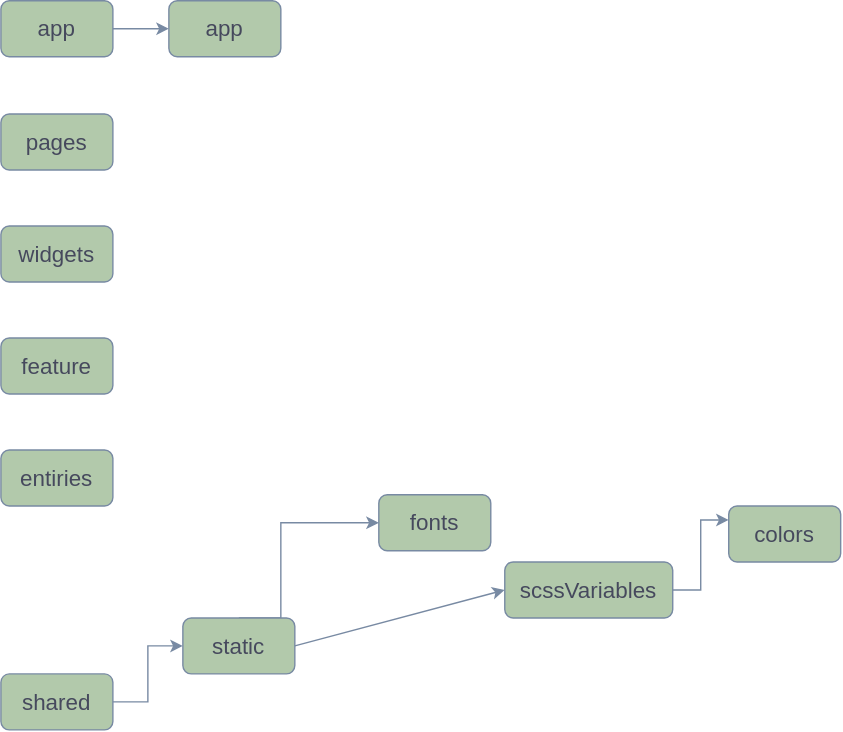
Before: ProjectStructure.drawio.svg, a diagram exported from draw.io (Shalind0r/React-Project). Source tidied: cells renumbered, new cells last; positions are measured from the earlier drawing's top-left corner, leaving out a move shared by most shapes.
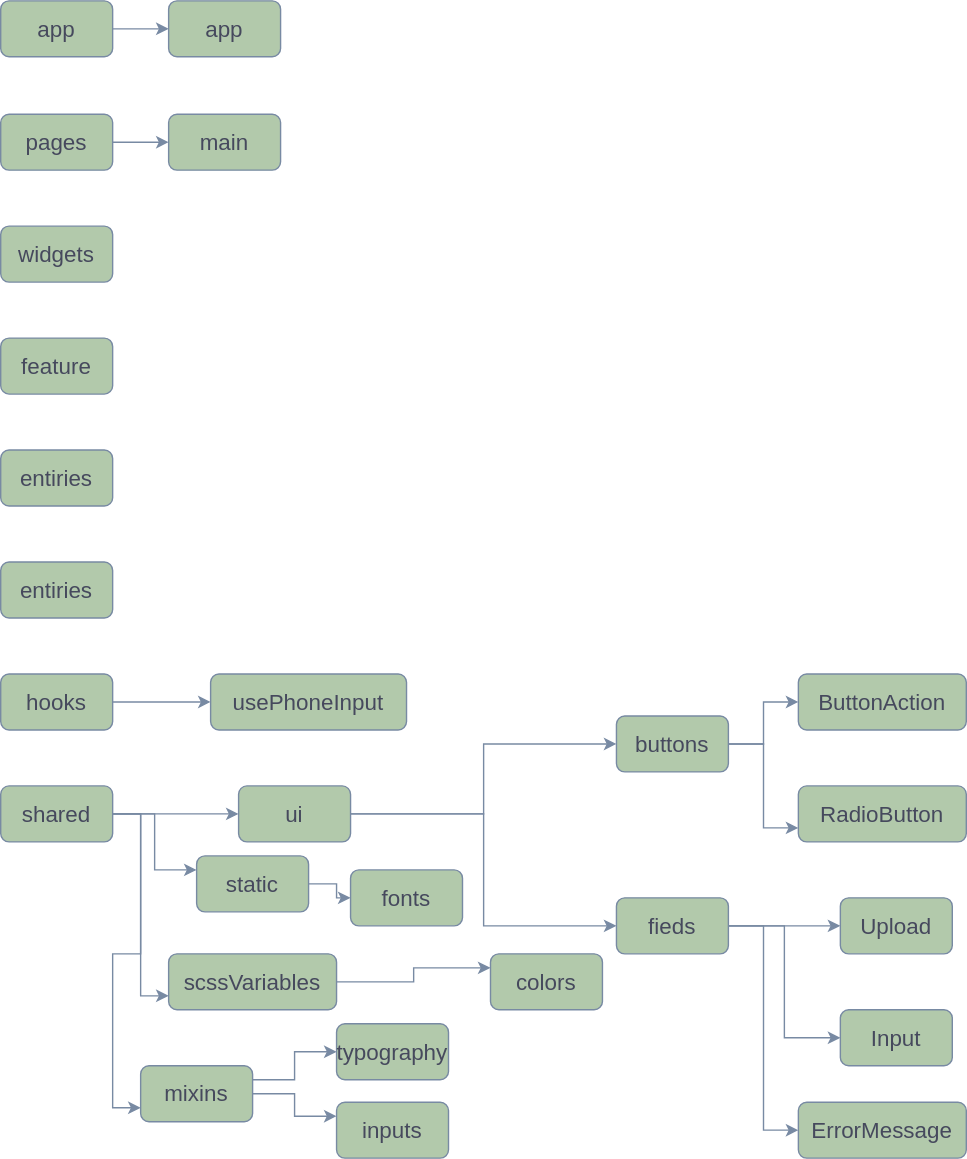
Above is the later version.

Diff of the diagram source:
```diff
@@ -8,6 +8,9 @@
     <mxCell id="3" value="&lt;font style=&quot;font-size: 16px;&quot;&gt;app&lt;/font&gt;" style="html=1;whiteSpace=wrap;rounded=1;fontFamily=Helvetica;fontSize=16;labelBackgroundColor=none;fillColor=#B2C9AB;strokeColor=#788AA3;fontColor=#46495D;" parent="1" vertex="1">
       <mxGeometry width="80" height="40" as="geometry" />
     </mxCell>
+    <mxCell id="18" style="edgeStyle=orthogonalEdgeStyle;rounded=0;jettySize=auto;html=1;entryX=0;entryY=0.5;entryDx=0;entryDy=0;strokeColor=#788AA3;fontColor=#46495D;fillColor=#B2C9AB;" parent="1" edge="1" source="4" target="26">
+      <mxGeometry relative="1" as="geometry" />
+    </mxCell>
     <mxCell id="4" value="&lt;font style=&quot;font-size: 16px;&quot;&gt;pages&lt;/font&gt;" style="html=1;whiteSpace=wrap;rounded=1;fontFamily=Helvetica;fontSize=16;labelBackgroundColor=none;fillColor=#B2C9AB;strokeColor=#788AA3;fontColor=#46495D;" parent="1" vertex="1">
       <mxGeometry y="81" width="80" height="40" as="geometry" />
     </mxCell>
@@ -20,25 +23,29 @@
     <mxCell id="7" value="&lt;span style=&quot;font-size: 16px;&quot;&gt;feature&lt;/span&gt;" style="html=1;whiteSpace=wrap;rounded=1;fontFamily=Helvetica;fontSize=16;labelBackgroundColor=none;fillColor=#B2C9AB;strokeColor=#788AA3;fontColor=#46495D;" parent="1" vertex="1">
       <mxGeometry y="241" width="80" height="40" as="geometry" />
     </mxCell>
+    <mxCell id="19" style="edgeStyle=orthogonalEdgeStyle;rounded=0;jettySize=auto;html=1;entryX=0;entryY=0.5;entryDx=0;entryDy=0;strokeColor=#788AA3;fontColor=#46495D;fillColor=#B2C9AB;" parent="1" edge="1" source="9" target="29">
+      <mxGeometry relative="1" as="geometry" />
+    </mxCell>
+    <mxCell id="20" style="edgeStyle=orthogonalEdgeStyle;rounded=0;jettySize=auto;html=1;entryX=0;entryY=0.75;entryDx=0;entryDy=0;strokeColor=#788AA3;fontColor=#46495D;fillColor=#B2C9AB;" parent="1" edge="1" source="9" target="15">
+      <mxGeometry relative="1" as="geometry" />
+    </mxCell>
+    <mxCell id="21" style="edgeStyle=orthogonalEdgeStyle;rounded=0;jettySize=auto;html=1;entryX=0;entryY=0.75;entryDx=0;entryDy=0;strokeColor=#788AA3;fontColor=#46495D;fillColor=#B2C9AB;" parent="1" edge="1" source="9" target="24">
+      <mxGeometry relative="1" as="geometry" />
+    </mxCell>
-    <mxCell id="8" style="edgeStyle=orthogonalEdgeStyle;rounded=0;jettySize=auto;html=1;labelBackgroundColor=none;strokeColor=#788AA3;fontColor=default;" parent="1" edge="1" source="9" target="11">
+    <mxCell id="8" style="edgeStyle=orthogonalEdgeStyle;rounded=0;jettySize=auto;html=1;entryX=0;entryY=0.25;entryDx=0;entryDy=0;strokeColor=#788AA3;fontColor=#46495D;fillColor=#B2C9AB;" parent="1" edge="1" source="9" target="11">
       <mxGeometry relative="1" as="geometry" />
     </mxCell>
     <mxCell id="9" value="&lt;font style=&quot;font-size: 16px;&quot;&gt;shared&lt;/font&gt;" style="html=1;whiteSpace=wrap;rounded=1;fontFamily=Helvetica;fontSize=16;labelBackgroundColor=none;fillColor=#B2C9AB;strokeColor=#788AA3;fontColor=#46495D;" parent="1" vertex="1">
-      <mxGeometry y="481" width="80" height="40" as="geometry" />
+      <mxGeometry y="561" width="80" height="40" as="geometry" />
     </mxCell>
-    <mxCell id="10" style="edgeStyle=orthogonalEdgeStyle;rounded=0;jettySize=auto;html=1;entryX=0;entryY=0.5;entryDx=0;entryDy=0;labelBackgroundColor=none;strokeColor=#788AA3;fontColor=default;exitX=0.5;exitY=0;exitDx=0;exitDy=0;" parent="1" edge="1" source="11" target="12">
-      <mxGeometry relative="1" as="geometry">
-        <Array as="points">
-          <mxPoint x="200" y="441" />
-          <mxPoint x="200" y="373" />
-        </Array>
-      </mxGeometry>
+    <mxCell id="10" style="edgeStyle=orthogonalEdgeStyle;rounded=0;jettySize=auto;html=1;entryX=0;entryY=0.5;entryDx=0;entryDy=0;strokeColor=#788AA3;fontColor=#46495D;fillColor=#B2C9AB;" parent="1" edge="1" source="11" target="12">
+      <mxGeometry relative="1" as="geometry" />
     </mxCell>
     <mxCell id="11" value="static" style="html=1;whiteSpace=wrap;rounded=1;fontFamily=Helvetica;fontSize=16;labelBackgroundColor=none;fillColor=#B2C9AB;strokeColor=#788AA3;fontColor=#46495D;" parent="1" vertex="1">
-      <mxGeometry x="130" y="441" width="80" height="40" as="geometry" />
+      <mxGeometry x="140" y="611" width="80" height="40" as="geometry" />
     </mxCell>
     <mxCell id="12" value="fonts" style="html=1;whiteSpace=wrap;rounded=1;fontFamily=Helvetica;fontSize=16;labelBackgroundColor=none;fillColor=#B2C9AB;strokeColor=#788AA3;fontColor=#46495D;" parent="1" vertex="1">
-      <mxGeometry x="270" y="353" width="80" height="40" as="geometry" />
+      <mxGeometry x="250" y="621" width="80" height="40" as="geometry" />
     </mxCell>
     <mxCell id="13" value="&lt;font style=&quot;font-size: 16px;&quot;&gt;app&lt;/font&gt;" style="html=1;whiteSpace=wrap;rounded=1;fontFamily=Helvetica;fontSize=16;labelBackgroundColor=none;fillColor=#B2C9AB;strokeColor=#788AA3;fontColor=#46495D;" parent="1" vertex="1">
       <mxGeometry x="120" width="80" height="40" as="geometry" />
@@ -47,13 +54,85 @@
       <mxGeometry relative="1" as="geometry" />
     </mxCell>
     <mxCell id="15" value="scssVariables" style="html=1;whiteSpace=wrap;rounded=1;fontFamily=Helvetica;fontSize=16;labelBackgroundColor=none;fillColor=#B2C9AB;strokeColor=#788AA3;fontColor=#46495D;" parent="1" vertex="1">
-      <mxGeometry x="360" y="401" width="120" height="40" as="geometry" />
+      <mxGeometry x="120" y="681" width="120" height="40" as="geometry" />
     </mxCell>
-    <mxCell id="16" style="endArrow=classic;html=1;rounded=0;strokeColor=#788AA3;fontColor=#46495D;fillColor=#B2C9AB;exitX=1;exitY=0.5;exitDx=0;exitDy=0;entryX=0;entryY=0.5;entryDx=0;entryDy=0;" parent="1" edge="1" source="11" target="15">
-      <mxGeometry relative="1" as="geometry" />
-    </mxCell>
     <mxCell id="17" value="colors" style="html=1;whiteSpace=wrap;rounded=1;fontFamily=Helvetica;fontSize=16;labelBackgroundColor=none;fillColor=#B2C9AB;strokeColor=#788AA3;fontColor=#46495D;" parent="1" vertex="1">
-      <mxGeometry x="520" y="361" width="80" height="40" as="geometry" />
+      <mxGeometry x="350" y="681" width="80" height="40" as="geometry" />
     </mxCell>
+    <mxCell id="22" style="edgeStyle=orthogonalEdgeStyle;rounded=0;jettySize=auto;html=1;exitX=1;exitY=0.25;exitDx=0;exitDy=0;entryX=0;entryY=0.5;entryDx=0;entryDy=0;strokeColor=#788AA3;fontColor=#46495D;fillColor=#B2C9AB;" parent="1" edge="1" source="24" target="25">
+      <mxGeometry relative="1" as="geometry" />
+    </mxCell>
+    <mxCell id="23" style="edgeStyle=orthogonalEdgeStyle;rounded=0;jettySize=auto;html=1;entryX=0;entryY=0.25;entryDx=0;entryDy=0;strokeColor=#788AA3;fontColor=#46495D;fillColor=#B2C9AB;" parent="1" edge="1" source="24" target="40">
+      <mxGeometry relative="1" as="geometry" />
+    </mxCell>
+    <mxCell id="24" value="mixins" style="html=1;whiteSpace=wrap;rounded=1;fontFamily=Helvetica;fontSize=16;labelBackgroundColor=none;fillColor=#B2C9AB;strokeColor=#788AA3;fontColor=#46495D;" parent="1" vertex="1">
+      <mxGeometry x="100" y="761" width="80" height="40" as="geometry" />
+    </mxCell>
+    <mxCell id="25" value="typography" style="html=1;whiteSpace=wrap;rounded=1;fontFamily=Helvetica;fontSize=16;labelBackgroundColor=none;fillColor=#B2C9AB;strokeColor=#788AA3;fontColor=#46495D;" parent="1" vertex="1">
+      <mxGeometry x="240" y="731" width="80" height="40" as="geometry" />
+    </mxCell>
+    <mxCell id="26" value="&lt;font style=&quot;font-size: 16px;&quot;&gt;main&lt;/font&gt;" style="html=1;whiteSpace=wrap;rounded=1;fontFamily=Helvetica;fontSize=16;labelBackgroundColor=none;fillColor=#B2C9AB;strokeColor=#788AA3;fontColor=#46495D;" parent="1" vertex="1">
+      <mxGeometry x="120" y="81" width="80" height="40" as="geometry" />
+    </mxCell>
+    <mxCell id="27" style="edgeStyle=orthogonalEdgeStyle;rounded=0;jettySize=auto;html=1;entryX=0;entryY=0.5;entryDx=0;entryDy=0;strokeColor=#788AA3;fontColor=#46495D;fillColor=#B2C9AB;" parent="1" edge="1" source="29" target="36">
+      <mxGeometry relative="1" as="geometry" />
+    </mxCell>
+    <mxCell id="28" style="edgeStyle=orthogonalEdgeStyle;rounded=0;jettySize=auto;html=1;entryX=0;entryY=0.5;entryDx=0;entryDy=0;strokeColor=#788AA3;fontColor=#46495D;fillColor=#B2C9AB;" parent="1" edge="1" source="29" target="32">
+      <mxGeometry relative="1" as="geometry" />
+    </mxCell>
+    <mxCell id="29" value="ui" style="html=1;whiteSpace=wrap;rounded=1;fontFamily=Helvetica;fontSize=16;labelBackgroundColor=none;fillColor=#B2C9AB;strokeColor=#788AA3;fontColor=#46495D;" parent="1" vertex="1">
+      <mxGeometry x="170" y="561" width="80" height="40" as="geometry" />
+    </mxCell>
+    <mxCell id="30" style="edgeStyle=orthogonalEdgeStyle;rounded=0;jettySize=auto;html=1;entryX=0;entryY=0.5;entryDx=0;entryDy=0;strokeColor=#788AA3;fontColor=#46495D;fillColor=#B2C9AB;" parent="1" edge="1" source="32" target="37">
+      <mxGeometry relative="1" as="geometry" />
+    </mxCell>
+    <mxCell id="31" style="edgeStyle=orthogonalEdgeStyle;rounded=0;jettySize=auto;html=1;entryX=0;entryY=0.75;entryDx=0;entryDy=0;fillColor=#d5e8d4;strokeColor=#788AA3;" parent="1" edge="1" source="32" target="46">
+      <mxGeometry relative="1" as="geometry" />
+    </mxCell>
+    <mxCell id="32" value="buttons" style="html=1;whiteSpace=wrap;rounded=1;fontFamily=Helvetica;fontSize=16;labelBackgroundColor=none;fillColor=#B2C9AB;strokeColor=#788AA3;fontColor=#46495D;" parent="1" vertex="1">
+      <mxGeometry x="440" y="511" width="80" height="40" as="geometry" />
+    </mxCell>
+    <mxCell id="33" style="edgeStyle=orthogonalEdgeStyle;rounded=0;jettySize=auto;html=1;entryX=0;entryY=0.5;entryDx=0;entryDy=0;strokeColor=#788AA3;fontColor=#46495D;fillColor=#B2C9AB;" parent="1" edge="1" source="36" target="38">
+      <mxGeometry relative="1" as="geometry" />
+    </mxCell>
+    <mxCell id="34" style="edgeStyle=orthogonalEdgeStyle;rounded=0;jettySize=auto;html=1;entryX=0;entryY=0.5;entryDx=0;entryDy=0;strokeColor=#788AA3;fontColor=#46495D;fillColor=#B2C9AB;" parent="1" edge="1" source="36" target="39">
+      <mxGeometry relative="1" as="geometry" />
+    </mxCell>
+    <mxCell id="35" style="edgeStyle=orthogonalEdgeStyle;rounded=0;jettySize=auto;html=1;entryX=0;entryY=0.5;entryDx=0;entryDy=0;strokeColor=#788AA3;fontColor=#46495D;fillColor=#B2C9AB;" parent="1" edge="1" source="36" target="45">
+      <mxGeometry relative="1" as="geometry" />
+    </mxCell>
+    <mxCell id="36" value="fieds" style="html=1;whiteSpace=wrap;rounded=1;fontFamily=Helvetica;fontSize=16;labelBackgroundColor=none;fillColor=#B2C9AB;strokeColor=#788AA3;fontColor=#46495D;" parent="1" vertex="1">
+      <mxGeometry x="440" y="641" width="80" height="40" as="geometry" />
+    </mxCell>
+    <mxCell id="37" value="ButtonAction" style="html=1;whiteSpace=wrap;rounded=1;fontFamily=Helvetica;fontSize=16;labelBackgroundColor=none;fillColor=#B2C9AB;strokeColor=#788AA3;fontColor=#46495D;" parent="1" vertex="1">
+      <mxGeometry x="570" y="481" width="120" height="40" as="geometry" />
+    </mxCell>
+    <mxCell id="38" value="Upload" style="html=1;whiteSpace=wrap;rounded=1;fontFamily=Helvetica;fontSize=16;labelBackgroundColor=none;fillColor=#B2C9AB;strokeColor=#788AA3;fontColor=#46495D;" parent="1" vertex="1">
+      <mxGeometry x="600" y="641" width="80" height="40" as="geometry" />
+    </mxCell>
+    <mxCell id="39" value="ErrorMessage" style="html=1;whiteSpace=wrap;rounded=1;fontFamily=Helvetica;fontSize=16;labelBackgroundColor=none;fillColor=#B2C9AB;strokeColor=#788AA3;fontColor=#46495D;" parent="1" vertex="1">
+      <mxGeometry x="570" y="787" width="120" height="40" as="geometry" />
+    </mxCell>
+    <mxCell id="40" value="inputs" style="html=1;whiteSpace=wrap;rounded=1;fontFamily=Helvetica;fontSize=16;labelBackgroundColor=none;fillColor=#B2C9AB;strokeColor=#788AA3;fontColor=#46495D;" parent="1" vertex="1">
+      <mxGeometry x="240" y="787" width="80" height="40" as="geometry" />
+    </mxCell>
+    <mxCell id="41" value="&lt;font style=&quot;font-size: 16px;&quot;&gt;entiries&lt;/font&gt;" style="html=1;whiteSpace=wrap;rounded=1;fontFamily=Helvetica;fontSize=16;labelBackgroundColor=none;fillColor=#B2C9AB;strokeColor=#788AA3;fontColor=#46495D;" parent="1" vertex="1">
+      <mxGeometry y="401" width="80" height="40" as="geometry" />
+    </mxCell>
+    <mxCell id="42" style="edgeStyle=orthogonalEdgeStyle;rounded=0;jettySize=auto;html=1;entryX=0;entryY=0.5;entryDx=0;entryDy=0;strokeColor=#788AA3;fontColor=#46495D;fillColor=#B2C9AB;" parent="1" edge="1" source="43" target="44">
+      <mxGeometry relative="1" as="geometry" />
+    </mxCell>
+    <mxCell id="43" value="&lt;font style=&quot;font-size: 16px;&quot;&gt;hooks&lt;/font&gt;" style="html=1;whiteSpace=wrap;rounded=1;fontFamily=Helvetica;fontSize=16;labelBackgroundColor=none;fillColor=#B2C9AB;strokeColor=#788AA3;fontColor=#46495D;" parent="1" vertex="1">
+      <mxGeometry y="481" width="80" height="40" as="geometry" />
+    </mxCell>
+    <mxCell id="44" value="&lt;font style=&quot;font-size: 16px;&quot;&gt;usePhoneInput&lt;/font&gt;" style="html=1;whiteSpace=wrap;rounded=1;fontFamily=Helvetica;fontSize=16;labelBackgroundColor=none;fillColor=#B2C9AB;strokeColor=#788AA3;fontColor=#46495D;" parent="1" vertex="1">
+      <mxGeometry x="150" y="481" width="140" height="40" as="geometry" />
+    </mxCell>
+    <mxCell id="45" value="Input&lt;br&gt;" style="html=1;whiteSpace=wrap;rounded=1;fontFamily=Helvetica;fontSize=16;labelBackgroundColor=none;fillColor=#B2C9AB;strokeColor=#788AA3;fontColor=#46495D;" parent="1" vertex="1">
+      <mxGeometry x="600" y="721" width="80" height="40" as="geometry" />
+    </mxCell>
+    <mxCell id="46" value="RadioButton" style="html=1;whiteSpace=wrap;rounded=1;fontFamily=Helvetica;fontSize=16;labelBackgroundColor=none;fillColor=#B2C9AB;strokeColor=#788AA3;fontColor=#46495D;" parent="1" vertex="1">
+      <mxGeometry x="570" y="561" width="120" height="40" as="geometry" />
+    </mxCell>
   </root>
 </mxGraphModel>
```
